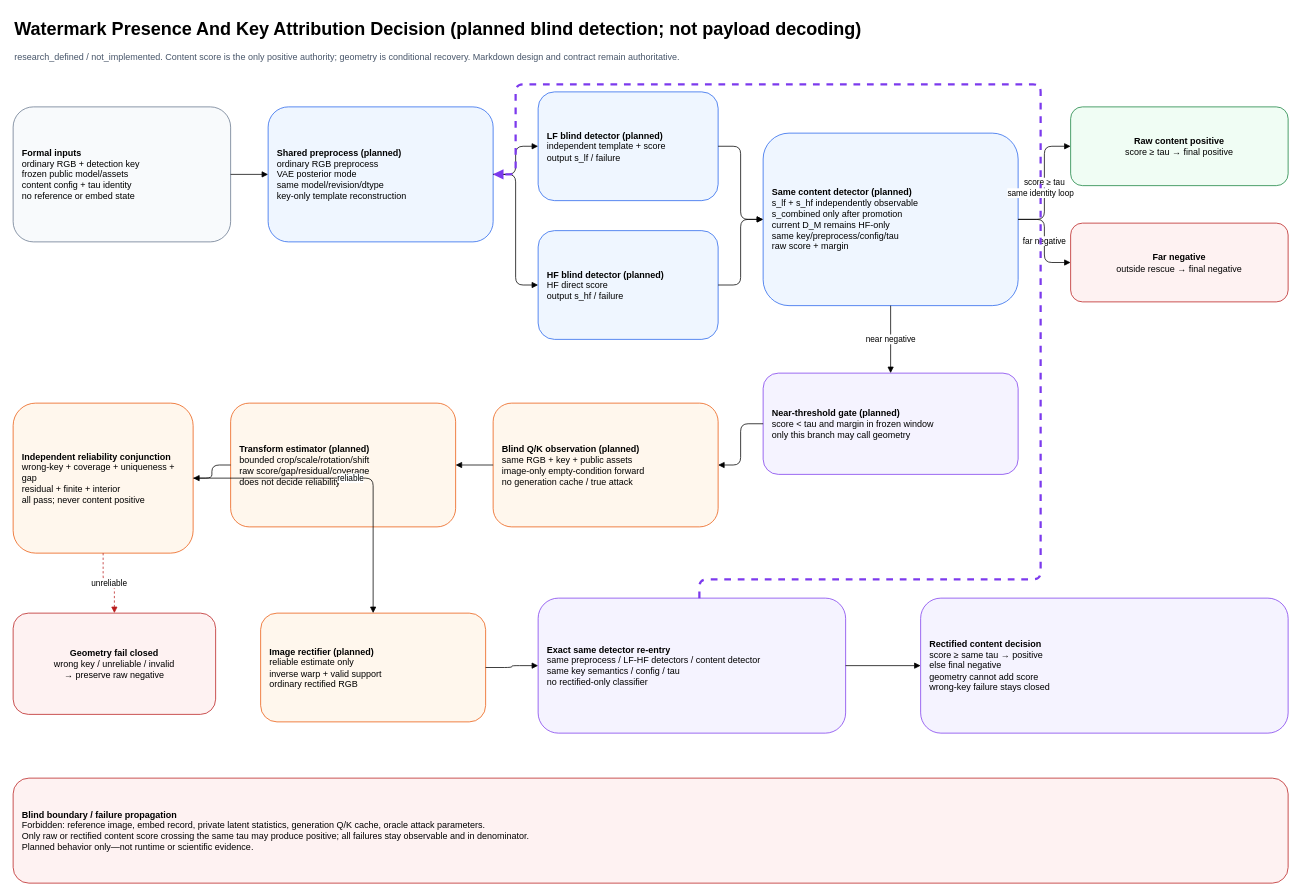
RICHAAARC/CEG-WM keeps this draw.io diagram as docs/design/diagrams/watermark_detection_and_key_attribution.drawio. Above is the earlier version. Source tidied: cells renumbered, new cells numbered last; positions are measured from the earlier drawing's top-left corner, leaving out a move shared by most shapes. Both pictures are drawn from the tidied source at 75%, with x=0, y=0 at pixel (13, 13).
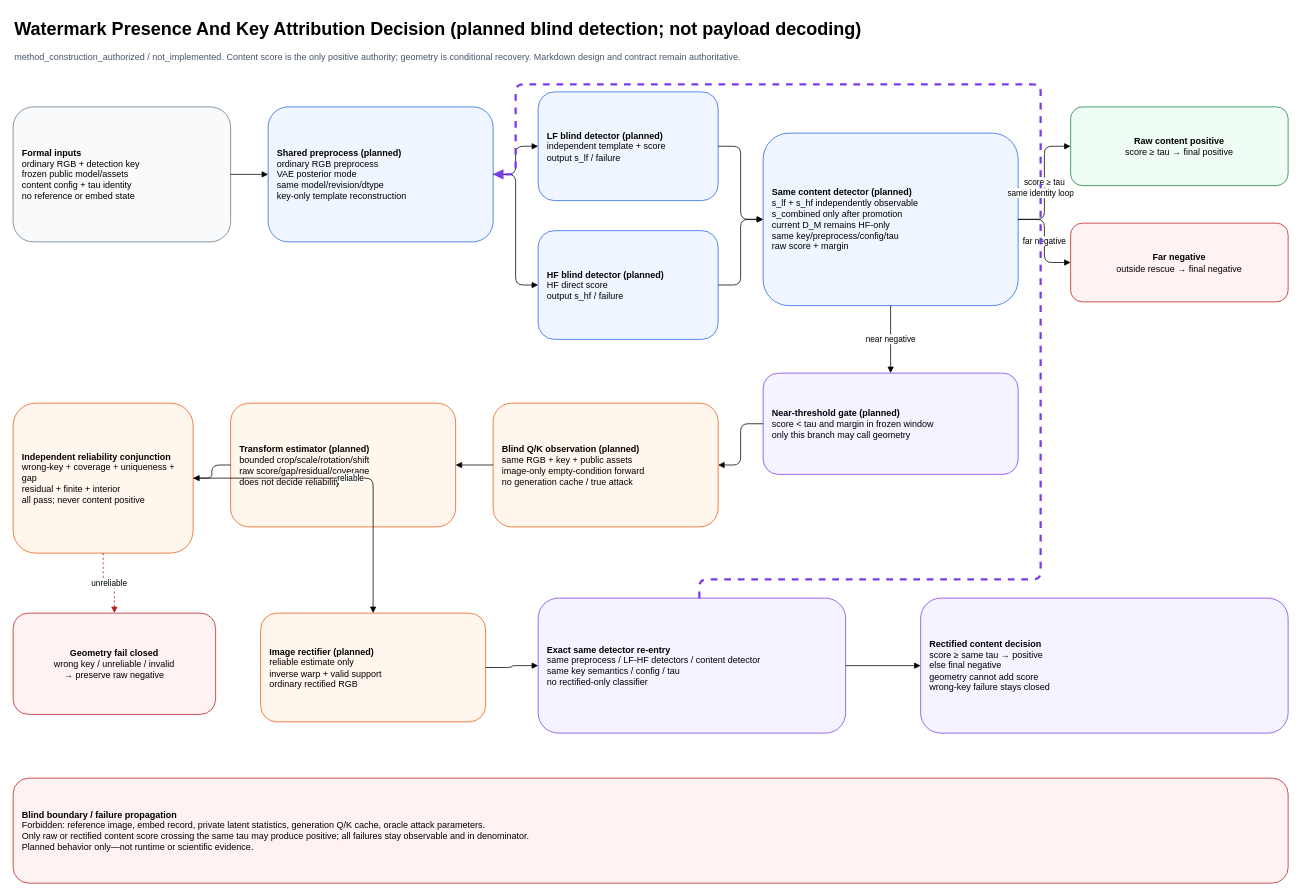
After the change.

What changed in the source:
```diff
@@
-    <mxCell id="3" value="research_defined / not_implemented. Content score is the only positive authority; geometry is conditional recovery. Markdown design and contract remain authoritative." style="text;html=1;fontSize=12;align=left;fontColor=#475569;" parent="1" vertex="1">
+    <mxCell id="3" value="method_construction_authorized / not_implemented. Content score is the only positive authority; geometry is conditional recovery. Markdown design and contract remain authoritative." style="text;html=1;fontSize=12;align=left;fontColor=#475569;" parent="1" vertex="1">
       <mxGeometry y="45" width="1500" height="45" as="geometry" />
     </mxCell>
```
